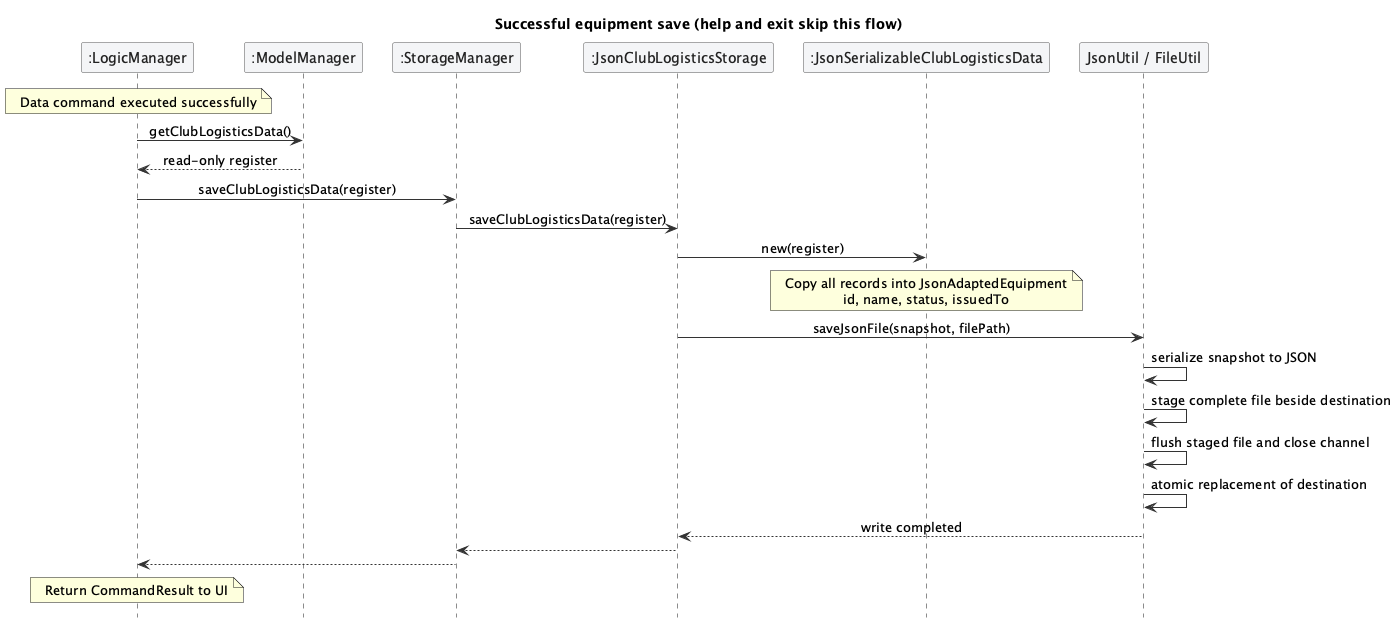
The PlantUML diagram docs/images/SaveEquipmentSequence.png in AY2627S1-CS2103T-F11-2/tp, before a commit. Source of this version:
```plantuml
@startuml
!include style.puml
skinparam ArrowFontStyle plain
skinparam ParticipantFontColor #222222
skinparam sequenceParticipantBackgroundColor #F4F5F7
skinparam sequenceParticipantBorderColor #555555
skinparam sequenceArrowColor #333333
hide footbox
title Successful equipment save (help and exit skip this flow)
participant ":LogicManager" as L
participant ":ModelManager" as M
participant ":StorageManager" as S
participant ":JsonClubLogisticsStorage" as J
participant ":JsonSerializableClubLogisticsData" as SNAP
participant "JsonUtil / FileUtil" as F
note over L : Data command executed successfully
L -> M : getClubLogisticsData()
M --> L : read-only register
L -> S : saveClubLogisticsData(register)
S -> J : saveClubLogisticsData(register)
J -> SNAP : new(register)
note over SNAP : Copy all records into JsonAdaptedEquipment\nid, name, status, issuedTo
J -> F : saveJsonFile(snapshot, filePath)
F -> F : serialize snapshot to JSON
F -> F : stage complete file beside destination
F -> F : flush staged file and close channel
F -> F : atomic replacement of destination
F --> J : write completed
J --> S
S --> L
note over L : Return CommandResult to UI
@enduml
```
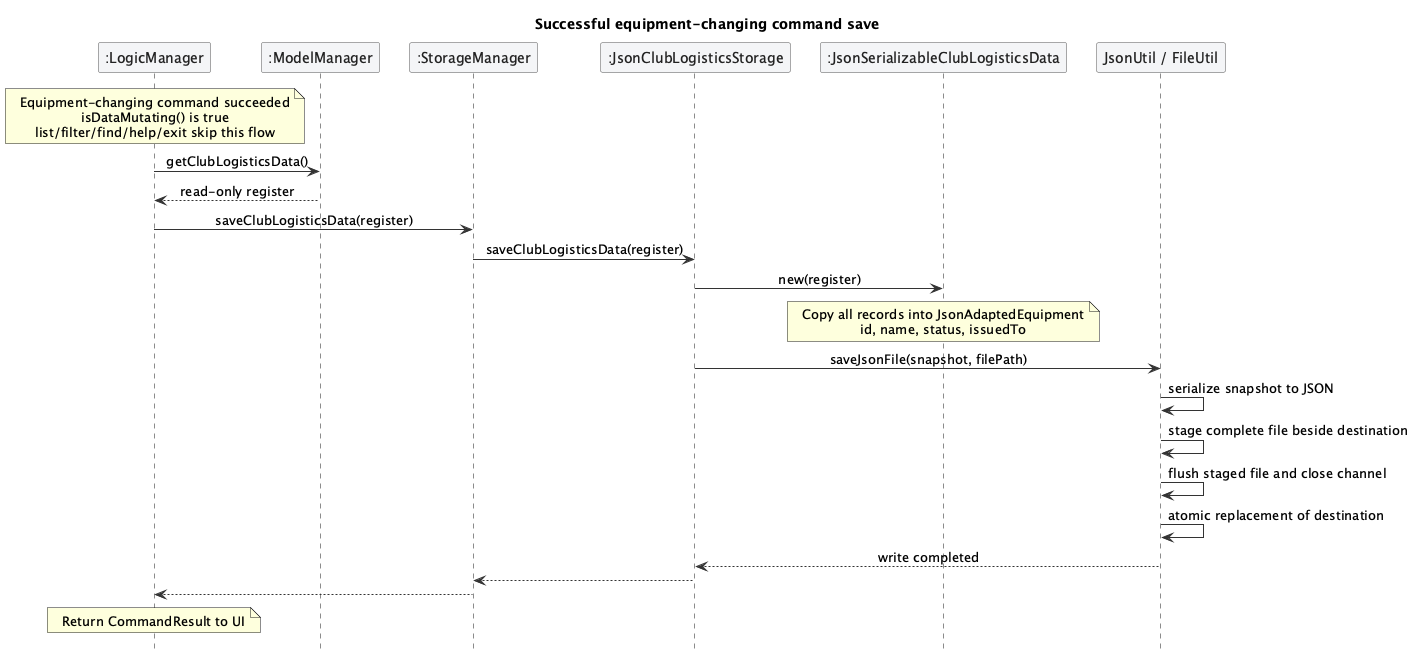
Later version of the same file.

The edit, as a diff of the source:
```diff
@@ -6,14 +6,14 @@
 skinparam sequenceParticipantBorderColor #555555
 skinparam sequenceArrowColor #333333
 hide footbox
-title Successful equipment save (help and exit skip this flow)
+title Successful equipment-changing command save
 participant ":LogicManager" as L
 participant ":ModelManager" as M
 participant ":StorageManager" as S
 participant ":JsonClubLogisticsStorage" as J
 participant ":JsonSerializableClubLogisticsData" as SNAP
 participant "JsonUtil / FileUtil" as F
-note over L : Data command executed successfully
+note over L : Equipment-changing command succeeded\nisDataMutating() is true\nlist/filter/find/help/exit skip this flow
 L -> M : getClubLogisticsData()
 M --> L : read-only register
 L -> S : saveClubLogisticsData(register)
```
